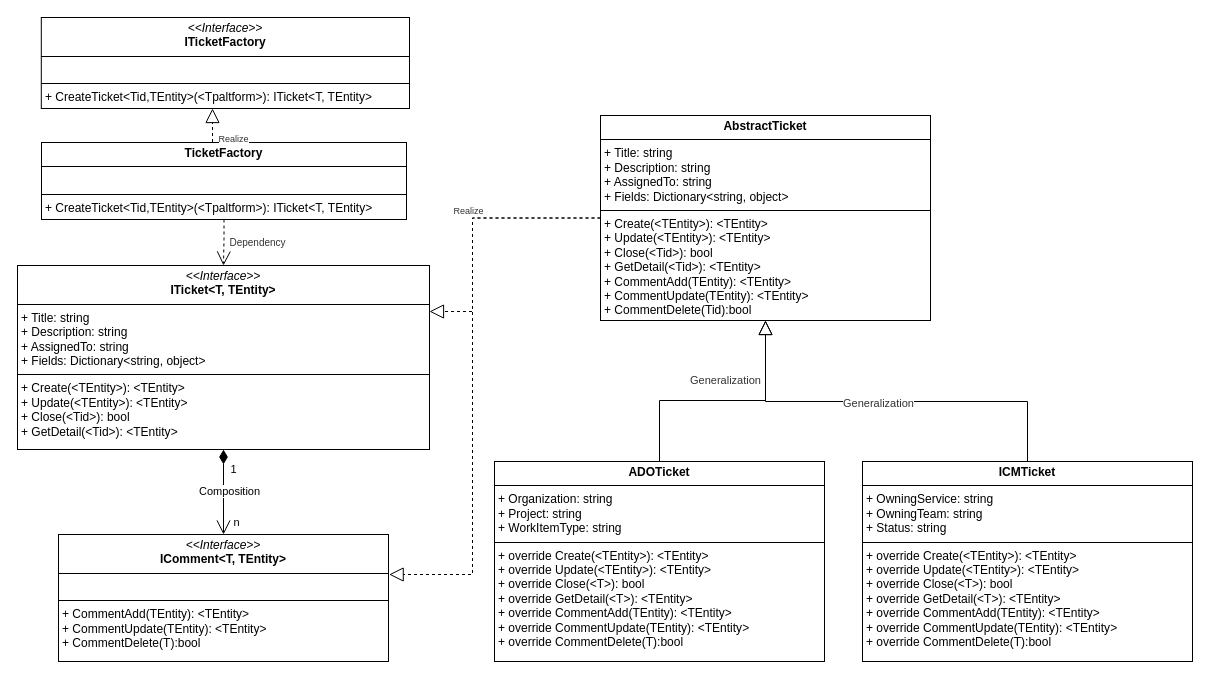
Earlier version of the draw.io diagram page "Page-10" (10 of 10) of 2.drawio (hy986/Repo_0110). Source tidied: cells renumbered, new cells numbered last; positions are measured from the earlier drawing's top-left corner, leaving out a move shared by most shapes. Both pictures are drawn from the tidied source at 100%, with x=0, y=0 at pixel (17, 17).
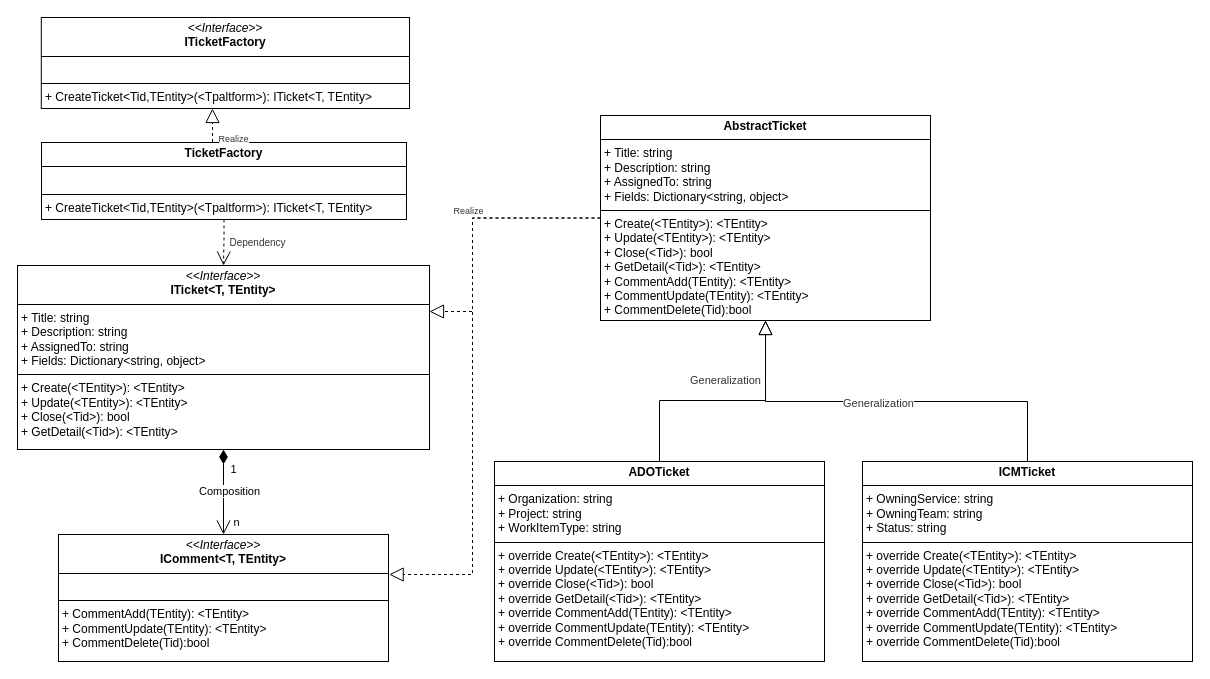
Above is the later version.

Diff of the diagram source:
```diff
@@
-    <mxCell id="12" value="&lt;p style=&quot;margin:0px;margin-top:4px;text-align:center;&quot;&gt;&lt;b&gt;ADOTicket&lt;/b&gt;&lt;/p&gt;&lt;hr size=&quot;1&quot; style=&quot;border-style:solid;&quot;&gt;&lt;p style=&quot;margin: 0px 0px 0px 4px;&quot;&gt;+ Organization: string&lt;/p&gt;&lt;p style=&quot;margin: 0px 0px 0px 4px;&quot;&gt;+ Project: string&lt;/p&gt;&lt;p style=&quot;margin: 0px 0px 0px 4px;&quot;&gt;+ WorkItemType: string&lt;/p&gt;&lt;hr size=&quot;1&quot; style=&quot;border-style:solid;&quot;&gt;&lt;p style=&quot;margin: 0px 0px 0px 4px;&quot;&gt;+ override Create(&amp;lt;&lt;span style=&quot;text-align: center;&quot;&gt;TEntity&lt;/span&gt;&amp;gt;&lt;span style=&quot;background-color: initial;&quot;&gt;): &amp;lt;&lt;/span&gt;&lt;span style=&quot;text-align: center;&quot;&gt;TEntity&lt;/span&gt;&lt;span style=&quot;background-color: initial;&quot;&gt;&amp;gt;&lt;/span&gt;&lt;/p&gt;&lt;p style=&quot;margin: 0px 0px 0px 4px;&quot;&gt;+ override Update(&amp;lt;&lt;span style=&quot;text-align: center;&quot;&gt;TEntity&lt;/span&gt;&amp;gt;):&amp;nbsp;&lt;span style=&quot;background-color: initial;&quot;&gt;&amp;lt;&lt;/span&gt;&lt;span style=&quot;text-align: center;&quot;&gt;TEntity&lt;/span&gt;&lt;span style=&quot;background-color: initial;&quot;&gt;&amp;gt;&lt;/span&gt;&lt;/p&gt;&lt;p style=&quot;margin: 0px 0px 0px 4px;&quot;&gt;+&amp;nbsp;override Close(&lt;span style=&quot;background-color: initial;&quot;&gt;&amp;lt;T&amp;gt;&lt;/span&gt;&lt;span style=&quot;background-color: initial;&quot;&gt;): bool&lt;/span&gt;&lt;/p&gt;&lt;p style=&quot;margin: 0px 0px 0px 4px;&quot;&gt;+ override GetDetail(&lt;span style=&quot;background-color: initial;&quot;&gt;&amp;lt;T&amp;gt;&lt;/span&gt;&lt;span style=&quot;background-color: initial;&quot;&gt;): &amp;lt;&lt;/span&gt;&lt;span style=&quot;text-align: center;&quot;&gt;TEntity&lt;/span&gt;&lt;span style=&quot;background-color: initial;&quot;&gt;&amp;gt;&lt;/span&gt;&lt;/p&gt;&lt;p style=&quot;margin: 0px 0px 0px 4px;&quot;&gt;+&amp;nbsp;&lt;span style=&quot;background-color: initial;&quot;&gt;override&lt;/span&gt;&lt;span style=&quot;background-color: initial;&quot;&gt;&amp;nbsp;&lt;/span&gt;&lt;span style=&quot;background-color: initial;&quot;&gt;Comment&lt;/span&gt;&lt;span style=&quot;background-color: initial;&quot; class=&quot;hljs-function&quot;&gt;&lt;span class=&quot;hljs-title&quot;&gt;Add&lt;/span&gt;(&lt;span class=&quot;hljs-params&quot;&gt;TEntity&lt;/span&gt;): &amp;lt;&lt;/span&gt;&lt;span style=&quot;background-color: initial;&quot;&gt;TEntity&lt;/span&gt;&lt;span style=&quot;background-color: initial;&quot;&gt;&amp;gt;&lt;/span&gt;&lt;/p&gt;&lt;p style=&quot;margin: 0px 0px 0px 4px;&quot;&gt;&lt;span style=&quot;background-color: initial;&quot; class=&quot;hljs-function&quot;&gt;+&amp;nbsp;&lt;/span&gt;&lt;span style=&quot;background-color: initial;&quot;&gt;override&lt;/span&gt;&lt;span style=&quot;background-color: initial;&quot;&gt;&amp;nbsp;&lt;/span&gt;&lt;span style=&quot;background-color: initial;&quot;&gt;Comment&lt;/span&gt;&lt;span style=&quot;background-color: initial;&quot; class=&quot;hljs-function&quot;&gt;&lt;span class=&quot;hljs-title&quot;&gt;Update&lt;/span&gt;(&lt;span class=&quot;hljs-params&quot;&gt;TEntity&lt;/span&gt;): &amp;lt;&lt;/span&gt;&lt;span style=&quot;background-color: initial;&quot;&gt;TEntity&lt;/span&gt;&lt;span style=&quot;background-color: initial;&quot;&gt;&amp;gt;&lt;/span&gt;&lt;/p&gt;&lt;p style=&quot;margin: 0px 0px 0px 4px;&quot;&gt;&lt;span style=&quot;background-color: initial;&quot; class=&quot;hljs-function&quot;&gt;&lt;span class=&quot;hljs-built_in&quot;&gt;+&amp;nbsp;&lt;/span&gt;&lt;/span&gt;&lt;span style=&quot;background-color: initial;&quot;&gt;override&lt;/span&gt;&lt;span style=&quot;background-color: initial;&quot;&gt;&amp;nbsp;&lt;/span&gt;&lt;span style=&quot;background-color: initial;&quot;&gt;Comment&lt;/span&gt;&lt;span style=&quot;background-color: initial;&quot; class=&quot;hljs-function&quot;&gt;&lt;span class=&quot;hljs-title&quot;&gt;Delete&lt;/span&gt;(&lt;span class=&quot;hljs-params&quot;&gt;T&lt;/span&gt;):&lt;/span&gt;&lt;span style=&quot;background-color: initial;&quot; class=&quot;hljs-built_in&quot;&gt;bool&lt;/span&gt;&lt;/p&gt;" style="verticalAlign=top;align=left;overflow=fill;html=1;whiteSpace=wrap;" parent="1" vertex="1">
+    <mxCell id="12" value="&lt;p style=&quot;margin:0px;margin-top:4px;text-align:center;&quot;&gt;&lt;b&gt;ADOTicket&lt;/b&gt;&lt;/p&gt;&lt;hr size=&quot;1&quot; style=&quot;border-style:solid;&quot;&gt;&lt;p style=&quot;margin: 0px 0px 0px 4px;&quot;&gt;+ Organization: string&lt;/p&gt;&lt;p style=&quot;margin: 0px 0px 0px 4px;&quot;&gt;+ Project: string&lt;/p&gt;&lt;p style=&quot;margin: 0px 0px 0px 4px;&quot;&gt;+ WorkItemType: string&lt;/p&gt;&lt;hr size=&quot;1&quot; style=&quot;border-style:solid;&quot;&gt;&lt;p style=&quot;margin: 0px 0px 0px 4px;&quot;&gt;+ override Create(&amp;lt;&lt;span style=&quot;text-align: center;&quot;&gt;TEntity&lt;/span&gt;&amp;gt;&lt;span style=&quot;background-color: initial;&quot;&gt;): &amp;lt;&lt;/span&gt;&lt;span style=&quot;text-align: center;&quot;&gt;TEntity&lt;/span&gt;&lt;span style=&quot;background-color: initial;&quot;&gt;&amp;gt;&lt;/span&gt;&lt;/p&gt;&lt;p style=&quot;margin: 0px 0px 0px 4px;&quot;&gt;+ override Update(&amp;lt;&lt;span style=&quot;text-align: center;&quot;&gt;TEntity&lt;/span&gt;&amp;gt;):&amp;nbsp;&lt;span style=&quot;background-color: initial;&quot;&gt;&amp;lt;&lt;/span&gt;&lt;span style=&quot;text-align: center;&quot;&gt;TEntity&lt;/span&gt;&lt;span style=&quot;background-color: initial;&quot;&gt;&amp;gt;&lt;/span&gt;&lt;/p&gt;&lt;p style=&quot;margin: 0px 0px 0px 4px;&quot;&gt;+&amp;nbsp;override Close(&lt;span style=&quot;background-color: initial;&quot;&gt;&amp;lt;Tid&amp;gt;&lt;/span&gt;&lt;span style=&quot;background-color: initial;&quot;&gt;): bool&lt;/span&gt;&lt;/p&gt;&lt;p style=&quot;margin: 0px 0px 0px 4px;&quot;&gt;+ override GetDetail(&lt;span style=&quot;background-color: initial;&quot;&gt;&amp;lt;Tid&amp;gt;&lt;/span&gt;&lt;span style=&quot;background-color: initial;&quot;&gt;): &amp;lt;&lt;/span&gt;&lt;span style=&quot;text-align: center;&quot;&gt;TEntity&lt;/span&gt;&lt;span style=&quot;background-color: initial;&quot;&gt;&amp;gt;&lt;/span&gt;&lt;/p&gt;&lt;p style=&quot;margin: 0px 0px 0px 4px;&quot;&gt;+&amp;nbsp;&lt;span style=&quot;background-color: initial;&quot;&gt;override&lt;/span&gt;&lt;span style=&quot;background-color: initial;&quot;&gt;&amp;nbsp;&lt;/span&gt;&lt;span style=&quot;background-color: initial;&quot;&gt;Comment&lt;/span&gt;&lt;span style=&quot;background-color: initial;&quot; class=&quot;hljs-function&quot;&gt;&lt;span class=&quot;hljs-title&quot;&gt;Add&lt;/span&gt;(&lt;span class=&quot;hljs-params&quot;&gt;TEntity&lt;/span&gt;): &amp;lt;&lt;/span&gt;&lt;span style=&quot;background-color: initial;&quot;&gt;TEntity&lt;/span&gt;&lt;span style=&quot;background-color: initial;&quot;&gt;&amp;gt;&lt;/span&gt;&lt;/p&gt;&lt;p style=&quot;margin: 0px 0px 0px 4px;&quot;&gt;&lt;span style=&quot;background-color: initial;&quot; class=&quot;hljs-function&quot;&gt;+&amp;nbsp;&lt;/span&gt;&lt;span style=&quot;background-color: initial;&quot;&gt;override&lt;/span&gt;&lt;span style=&quot;background-color: initial;&quot;&gt;&amp;nbsp;&lt;/span&gt;&lt;span style=&quot;background-color: initial;&quot;&gt;Comment&lt;/span&gt;&lt;span style=&quot;background-color: initial;&quot; class=&quot;hljs-function&quot;&gt;&lt;span class=&quot;hljs-title&quot;&gt;Update&lt;/span&gt;(&lt;span class=&quot;hljs-params&quot;&gt;TEntity&lt;/span&gt;): &amp;lt;&lt;/span&gt;&lt;span style=&quot;background-color: initial;&quot;&gt;TEntity&lt;/span&gt;&lt;span style=&quot;background-color: initial;&quot;&gt;&amp;gt;&lt;/span&gt;&lt;/p&gt;&lt;p style=&quot;margin: 0px 0px 0px 4px;&quot;&gt;&lt;span style=&quot;background-color: initial;&quot; class=&quot;hljs-function&quot;&gt;&lt;span class=&quot;hljs-built_in&quot;&gt;+&amp;nbsp;&lt;/span&gt;&lt;/span&gt;&lt;span style=&quot;background-color: initial;&quot;&gt;override&lt;/span&gt;&lt;span style=&quot;background-color: initial;&quot;&gt;&amp;nbsp;&lt;/span&gt;&lt;span style=&quot;background-color: initial;&quot;&gt;Comment&lt;/span&gt;&lt;span style=&quot;background-color: initial;&quot; class=&quot;hljs-function&quot;&gt;&lt;span class=&quot;hljs-title&quot;&gt;Delete&lt;/span&gt;(&lt;span class=&quot;hljs-params&quot;&gt;Tid&lt;/span&gt;):&lt;/span&gt;&lt;span style=&quot;background-color: initial;&quot; class=&quot;hljs-built_in&quot;&gt;bool&lt;/span&gt;&lt;/p&gt;" style="verticalAlign=top;align=left;overflow=fill;html=1;whiteSpace=wrap;" parent="1" vertex="1">
       <mxGeometry x="477" y="444" width="330" height="200" as="geometry" />
     </mxCell>
@@
-    <mxCell id="16" value="&lt;p style=&quot;margin:0px;margin-top:4px;text-align:center;&quot;&gt;&lt;b&gt;ICMTicket&lt;/b&gt;&lt;/p&gt;&lt;hr size=&quot;1&quot; style=&quot;border-style:solid;&quot;&gt;&lt;p style=&quot;margin: 0px 0px 0px 4px;&quot;&gt;&lt;span style=&quot;background-color: initial;&quot;&gt;+&amp;nbsp;&lt;/span&gt;OwningService:&amp;nbsp;&lt;span style=&quot;background-color: initial;&quot;&gt;string&lt;/span&gt;&lt;/p&gt;&lt;p style=&quot;margin: 0px 0px 0px 4px;&quot;&gt;+ OwningTeam:&amp;nbsp;&lt;span style=&quot;background-color: initial;&quot;&gt;string&lt;/span&gt;&lt;/p&gt;&lt;p style=&quot;margin: 0px 0px 0px 4px;&quot;&gt;+ Status: string&lt;/p&gt;&lt;hr size=&quot;1&quot; style=&quot;border-style:solid;&quot;&gt;&lt;p style=&quot;margin: 0px 0px 0px 4px;&quot;&gt;+ override Create(&amp;lt;&lt;span style=&quot;text-align: center;&quot;&gt;TEntity&lt;/span&gt;&amp;gt;&lt;span style=&quot;background-color: initial;&quot;&gt;): &amp;lt;&lt;/span&gt;&lt;span style=&quot;text-align: center;&quot;&gt;TEntity&lt;/span&gt;&lt;span style=&quot;background-color: initial;&quot;&gt;&amp;gt;&lt;/span&gt;&lt;/p&gt;&lt;p style=&quot;margin: 0px 0px 0px 4px;&quot;&gt;+ override Update(&amp;lt;&lt;span style=&quot;text-align: center;&quot;&gt;TEntity&lt;/span&gt;&amp;gt;):&amp;nbsp;&lt;span style=&quot;background-color: initial;&quot;&gt;&amp;lt;&lt;/span&gt;&lt;span style=&quot;text-align: center;&quot;&gt;TEntity&lt;/span&gt;&lt;span style=&quot;background-color: initial;&quot;&gt;&amp;gt;&lt;/span&gt;&lt;/p&gt;&lt;p style=&quot;margin: 0px 0px 0px 4px;&quot;&gt;+&amp;nbsp;override Close(&lt;span style=&quot;background-color: initial;&quot;&gt;&amp;lt;T&amp;gt;&lt;/span&gt;&lt;span style=&quot;background-color: initial;&quot;&gt;): bool&lt;/span&gt;&lt;/p&gt;&lt;p style=&quot;margin: 0px 0px 0px 4px;&quot;&gt;+ override GetDetail(&lt;span style=&quot;background-color: initial;&quot;&gt;&amp;lt;T&amp;gt;&lt;/span&gt;&lt;span style=&quot;background-color: initial;&quot;&gt;): &amp;lt;&lt;/span&gt;&lt;span style=&quot;text-align: center;&quot;&gt;TEntity&lt;/span&gt;&lt;span style=&quot;background-color: initial;&quot;&gt;&amp;gt;&lt;/span&gt;&lt;/p&gt;&lt;p style=&quot;margin: 0px 0px 0px 4px;&quot;&gt;+&amp;nbsp;&lt;span style=&quot;background-color: initial;&quot;&gt;override&lt;/span&gt;&lt;span style=&quot;background-color: initial;&quot;&gt;&amp;nbsp;&lt;/span&gt;&lt;span style=&quot;background-color: initial;&quot;&gt;Comment&lt;/span&gt;&lt;span style=&quot;background-color: initial;&quot; class=&quot;hljs-function&quot;&gt;&lt;span class=&quot;hljs-title&quot;&gt;Add&lt;/span&gt;(&lt;span class=&quot;hljs-params&quot;&gt;TEntity&lt;/span&gt;): &amp;lt;&lt;/span&gt;&lt;span style=&quot;background-color: initial;&quot;&gt;TEntity&lt;/span&gt;&lt;span style=&quot;background-color: initial;&quot;&gt;&amp;gt;&lt;/span&gt;&lt;/p&gt;&lt;p style=&quot;margin: 0px 0px 0px 4px;&quot;&gt;&lt;span style=&quot;background-color: initial;&quot; class=&quot;hljs-function&quot;&gt;+&amp;nbsp;&lt;/span&gt;&lt;span style=&quot;background-color: initial;&quot;&gt;override&lt;/span&gt;&lt;span style=&quot;background-color: initial;&quot;&gt;&amp;nbsp;&lt;/span&gt;&lt;span style=&quot;background-color: initial;&quot;&gt;Comment&lt;/span&gt;&lt;span style=&quot;background-color: initial;&quot; class=&quot;hljs-function&quot;&gt;&lt;span class=&quot;hljs-title&quot;&gt;Update&lt;/span&gt;(&lt;span class=&quot;hljs-params&quot;&gt;TEntity&lt;/span&gt;): &amp;lt;&lt;/span&gt;&lt;span style=&quot;background-color: initial;&quot;&gt;TEntity&lt;/span&gt;&lt;span style=&quot;background-color: initial;&quot;&gt;&amp;gt;&lt;/span&gt;&lt;/p&gt;&lt;p style=&quot;margin: 0px 0px 0px 4px;&quot;&gt;&lt;span style=&quot;background-color: initial;&quot; class=&quot;hljs-function&quot;&gt;&lt;span class=&quot;hljs-built_in&quot;&gt;+&amp;nbsp;&lt;/span&gt;&lt;/span&gt;&lt;span style=&quot;background-color: initial;&quot;&gt;override&lt;/span&gt;&lt;span style=&quot;background-color: initial;&quot;&gt;&amp;nbsp;&lt;/span&gt;&lt;span style=&quot;background-color: initial;&quot;&gt;Comment&lt;/span&gt;&lt;span style=&quot;background-color: initial;&quot; class=&quot;hljs-function&quot;&gt;&lt;span class=&quot;hljs-title&quot;&gt;Delete&lt;/span&gt;(&lt;span class=&quot;hljs-params&quot;&gt;T&lt;/span&gt;):&lt;/span&gt;&lt;span style=&quot;background-color: initial;&quot; class=&quot;hljs-built_in&quot;&gt;bool&lt;/span&gt;&lt;/p&gt;" style="verticalAlign=top;align=left;overflow=fill;html=1;whiteSpace=wrap;" parent="1" vertex="1">
+    <mxCell id="16" value="&lt;p style=&quot;margin:0px;margin-top:4px;text-align:center;&quot;&gt;&lt;b&gt;ICMTicket&lt;/b&gt;&lt;/p&gt;&lt;hr size=&quot;1&quot; style=&quot;border-style:solid;&quot;&gt;&lt;p style=&quot;margin: 0px 0px 0px 4px;&quot;&gt;&lt;span style=&quot;background-color: initial;&quot;&gt;+&amp;nbsp;&lt;/span&gt;OwningService:&amp;nbsp;&lt;span style=&quot;background-color: initial;&quot;&gt;string&lt;/span&gt;&lt;/p&gt;&lt;p style=&quot;margin: 0px 0px 0px 4px;&quot;&gt;+ OwningTeam:&amp;nbsp;&lt;span style=&quot;background-color: initial;&quot;&gt;string&lt;/span&gt;&lt;/p&gt;&lt;p style=&quot;margin: 0px 0px 0px 4px;&quot;&gt;+ Status: string&lt;/p&gt;&lt;hr size=&quot;1&quot; style=&quot;border-style:solid;&quot;&gt;&lt;p style=&quot;margin: 0px 0px 0px 4px;&quot;&gt;+ override Create(&amp;lt;&lt;span style=&quot;text-align: center;&quot;&gt;TEntity&lt;/span&gt;&amp;gt;&lt;span style=&quot;background-color: initial;&quot;&gt;): &amp;lt;&lt;/span&gt;&lt;span style=&quot;text-align: center;&quot;&gt;TEntity&lt;/span&gt;&lt;span style=&quot;background-color: initial;&quot;&gt;&amp;gt;&lt;/span&gt;&lt;/p&gt;&lt;p style=&quot;margin: 0px 0px 0px 4px;&quot;&gt;+ override Update(&amp;lt;&lt;span style=&quot;text-align: center;&quot;&gt;TEntity&lt;/span&gt;&amp;gt;):&amp;nbsp;&lt;span style=&quot;background-color: initial;&quot;&gt;&amp;lt;&lt;/span&gt;&lt;span style=&quot;text-align: center;&quot;&gt;TEntity&lt;/span&gt;&lt;span style=&quot;background-color: initial;&quot;&gt;&amp;gt;&lt;/span&gt;&lt;/p&gt;&lt;p style=&quot;margin: 0px 0px 0px 4px;&quot;&gt;+&amp;nbsp;override Close(&lt;span style=&quot;background-color: initial;&quot;&gt;&amp;lt;Tid&amp;gt;&lt;/span&gt;&lt;span style=&quot;background-color: initial;&quot;&gt;): bool&lt;/span&gt;&lt;/p&gt;&lt;p style=&quot;margin: 0px 0px 0px 4px;&quot;&gt;+ override GetDetail(&lt;span style=&quot;background-color: initial;&quot;&gt;&amp;lt;Tid&amp;gt;&lt;/span&gt;&lt;span style=&quot;background-color: initial;&quot;&gt;): &amp;lt;&lt;/span&gt;&lt;span style=&quot;text-align: center;&quot;&gt;TEntity&lt;/span&gt;&lt;span style=&quot;background-color: initial;&quot;&gt;&amp;gt;&lt;/span&gt;&lt;/p&gt;&lt;p style=&quot;margin: 0px 0px 0px 4px;&quot;&gt;+&amp;nbsp;&lt;span style=&quot;background-color: initial;&quot;&gt;override&lt;/span&gt;&lt;span style=&quot;background-color: initial;&quot;&gt;&amp;nbsp;&lt;/span&gt;&lt;span style=&quot;background-color: initial;&quot;&gt;Comment&lt;/span&gt;&lt;span style=&quot;background-color: initial;&quot; class=&quot;hljs-function&quot;&gt;&lt;span class=&quot;hljs-title&quot;&gt;Add&lt;/span&gt;(&lt;span class=&quot;hljs-params&quot;&gt;TEntity&lt;/span&gt;): &amp;lt;&lt;/span&gt;&lt;span style=&quot;background-color: initial;&quot;&gt;TEntity&lt;/span&gt;&lt;span style=&quot;background-color: initial;&quot;&gt;&amp;gt;&lt;/span&gt;&lt;/p&gt;&lt;p style=&quot;margin: 0px 0px 0px 4px;&quot;&gt;&lt;span style=&quot;background-color: initial;&quot; class=&quot;hljs-function&quot;&gt;+&amp;nbsp;&lt;/span&gt;&lt;span style=&quot;background-color: initial;&quot;&gt;override&lt;/span&gt;&lt;span style=&quot;background-color: initial;&quot;&gt;&amp;nbsp;&lt;/span&gt;&lt;span style=&quot;background-color: initial;&quot;&gt;Comment&lt;/span&gt;&lt;span style=&quot;background-color: initial;&quot; class=&quot;hljs-function&quot;&gt;&lt;span class=&quot;hljs-title&quot;&gt;Update&lt;/span&gt;(&lt;span class=&quot;hljs-params&quot;&gt;TEntity&lt;/span&gt;): &amp;lt;&lt;/span&gt;&lt;span style=&quot;background-color: initial;&quot;&gt;TEntity&lt;/span&gt;&lt;span style=&quot;background-color: initial;&quot;&gt;&amp;gt;&lt;/span&gt;&lt;/p&gt;&lt;p style=&quot;margin: 0px 0px 0px 4px;&quot;&gt;&lt;span style=&quot;background-color: initial;&quot; class=&quot;hljs-function&quot;&gt;&lt;span class=&quot;hljs-built_in&quot;&gt;+&amp;nbsp;&lt;/span&gt;&lt;/span&gt;&lt;span style=&quot;background-color: initial;&quot;&gt;override&lt;/span&gt;&lt;span style=&quot;background-color: initial;&quot;&gt;&amp;nbsp;&lt;/span&gt;&lt;span style=&quot;background-color: initial;&quot;&gt;Comment&lt;/span&gt;&lt;span style=&quot;background-color: initial;&quot; class=&quot;hljs-function&quot;&gt;&lt;span class=&quot;hljs-title&quot;&gt;Delete&lt;/span&gt;(&lt;span class=&quot;hljs-params&quot;&gt;Tid&lt;/span&gt;):&lt;/span&gt;&lt;span style=&quot;background-color: initial;&quot; class=&quot;hljs-built_in&quot;&gt;bool&lt;/span&gt;&lt;/p&gt;" style="verticalAlign=top;align=left;overflow=fill;html=1;whiteSpace=wrap;" parent="1" vertex="1">
       <mxGeometry x="845" y="444" width="330" height="200" as="geometry" />
     </mxCell>
@@
-    <mxCell id="22" value="&lt;p style=&quot;margin:0px;margin-top:4px;text-align:center;&quot;&gt;&lt;i&gt;&amp;lt;&amp;lt;Interface&amp;gt;&amp;gt;&lt;/i&gt;&lt;br&gt;&lt;b&gt;IComment&amp;lt;T, TEntity&amp;gt;&lt;/b&gt;&lt;/p&gt;&lt;hr size=&quot;1&quot; style=&quot;border-style:solid;&quot;&gt;&lt;p style=&quot;margin:0px;margin-left:4px;&quot;&gt;&lt;br&gt;&lt;/p&gt;&lt;hr size=&quot;1&quot; style=&quot;border-style:solid;&quot;&gt;&lt;p style=&quot;margin:0px;margin-left:4px;&quot;&gt;&lt;span style=&quot;background-color: initial;&quot;&gt;+&amp;nbsp;&lt;/span&gt;&lt;span style=&quot;background-color: initial;&quot; class=&quot;hljs-function&quot;&gt;&lt;span style=&quot;background-color: initial;&quot;&gt;Comment&lt;/span&gt;&lt;span style=&quot;background-color: initial;&quot; class=&quot;hljs-function&quot;&gt;&lt;span class=&quot;hljs-title&quot;&gt;Add&lt;/span&gt;&lt;/span&gt;(&lt;span class=&quot;hljs-params&quot;&gt;TEntity&lt;/span&gt;): &amp;lt;&lt;/span&gt;&lt;span style=&quot;background-color: initial;&quot;&gt;TEntity&lt;/span&gt;&lt;span style=&quot;background-color: initial;&quot;&gt;&amp;gt;&lt;/span&gt;&lt;/p&gt;&lt;p style=&quot;margin: 0px 0px 0px 4px;&quot;&gt;&lt;span style=&quot;background-color: initial;&quot; class=&quot;hljs-function&quot;&gt;+&amp;nbsp;&lt;/span&gt;&lt;span style=&quot;background-color: initial;&quot;&gt;Comment&lt;/span&gt;&lt;span style=&quot;background-color: initial;&quot; class=&quot;hljs-function&quot;&gt;&lt;span class=&quot;hljs-title&quot;&gt;Update&lt;/span&gt;(&lt;span class=&quot;hljs-params&quot;&gt;TEntity&lt;/span&gt;): &amp;lt;&lt;/span&gt;&lt;span style=&quot;background-color: initial;&quot;&gt;TEntity&lt;/span&gt;&lt;span style=&quot;background-color: initial;&quot;&gt;&amp;gt;&lt;/span&gt;&lt;/p&gt;&lt;p style=&quot;margin: 0px 0px 0px 4px;&quot;&gt;&lt;span style=&quot;background-color: initial;&quot; class=&quot;hljs-function&quot;&gt;+&amp;nbsp;&lt;/span&gt;&lt;span style=&quot;background-color: initial;&quot;&gt;Comment&lt;/span&gt;&lt;span style=&quot;background-color: initial;&quot; class=&quot;hljs-function&quot;&gt;&lt;span class=&quot;hljs-title&quot;&gt;Delete&lt;/span&gt;(&lt;span class=&quot;hljs-params&quot;&gt;T&lt;/span&gt;):&lt;/span&gt;&lt;span style=&quot;background-color: initial;&quot; class=&quot;hljs-built_in&quot;&gt;bool&lt;/span&gt;&lt;/p&gt;" style="verticalAlign=top;align=left;overflow=fill;html=1;whiteSpace=wrap;" parent="1" vertex="1">
+    <mxCell id="22" value="&lt;p style=&quot;margin:0px;margin-top:4px;text-align:center;&quot;&gt;&lt;i&gt;&amp;lt;&amp;lt;Interface&amp;gt;&amp;gt;&lt;/i&gt;&lt;br&gt;&lt;b&gt;IComment&amp;lt;T, TEntity&amp;gt;&lt;/b&gt;&lt;/p&gt;&lt;hr size=&quot;1&quot; style=&quot;border-style:solid;&quot;&gt;&lt;p style=&quot;margin:0px;margin-left:4px;&quot;&gt;&lt;br&gt;&lt;/p&gt;&lt;hr size=&quot;1&quot; style=&quot;border-style:solid;&quot;&gt;&lt;p style=&quot;margin:0px;margin-left:4px;&quot;&gt;&lt;span style=&quot;background-color: initial;&quot;&gt;+&amp;nbsp;&lt;/span&gt;&lt;span style=&quot;background-color: initial;&quot; class=&quot;hljs-function&quot;&gt;&lt;span style=&quot;background-color: initial;&quot;&gt;Comment&lt;/span&gt;&lt;span style=&quot;background-color: initial;&quot; class=&quot;hljs-function&quot;&gt;&lt;span class=&quot;hljs-title&quot;&gt;Add&lt;/span&gt;&lt;/span&gt;(&lt;span class=&quot;hljs-params&quot;&gt;TEntity&lt;/span&gt;): &amp;lt;&lt;/span&gt;&lt;span style=&quot;background-color: initial;&quot;&gt;TEntity&lt;/span&gt;&lt;span style=&quot;background-color: initial;&quot;&gt;&amp;gt;&lt;/span&gt;&lt;/p&gt;&lt;p style=&quot;margin: 0px 0px 0px 4px;&quot;&gt;&lt;span style=&quot;background-color: initial;&quot; class=&quot;hljs-function&quot;&gt;+&amp;nbsp;&lt;/span&gt;&lt;span style=&quot;background-color: initial;&quot;&gt;Comment&lt;/span&gt;&lt;span style=&quot;background-color: initial;&quot; class=&quot;hljs-function&quot;&gt;&lt;span class=&quot;hljs-title&quot;&gt;Update&lt;/span&gt;(&lt;span class=&quot;hljs-params&quot;&gt;TEntity&lt;/span&gt;): &amp;lt;&lt;/span&gt;&lt;span style=&quot;background-color: initial;&quot;&gt;TEntity&lt;/span&gt;&lt;span style=&quot;background-color: initial;&quot;&gt;&amp;gt;&lt;/span&gt;&lt;/p&gt;&lt;p style=&quot;margin: 0px 0px 0px 4px;&quot;&gt;&lt;span style=&quot;background-color: initial;&quot; class=&quot;hljs-function&quot;&gt;+&amp;nbsp;&lt;/span&gt;&lt;span style=&quot;background-color: initial;&quot;&gt;Comment&lt;/span&gt;&lt;span style=&quot;background-color: initial;&quot; class=&quot;hljs-function&quot;&gt;&lt;span class=&quot;hljs-title&quot;&gt;Delete&lt;/span&gt;(&lt;span class=&quot;hljs-params&quot;&gt;Tid&lt;/span&gt;):&lt;/span&gt;&lt;span style=&quot;background-color: initial;&quot; class=&quot;hljs-built_in&quot;&gt;bool&lt;/span&gt;&lt;/p&gt;" style="verticalAlign=top;align=left;overflow=fill;html=1;whiteSpace=wrap;" parent="1" vertex="1">
       <mxGeometry x="41" y="517" width="330" height="127" as="geometry" />
     </mxCell>
```
